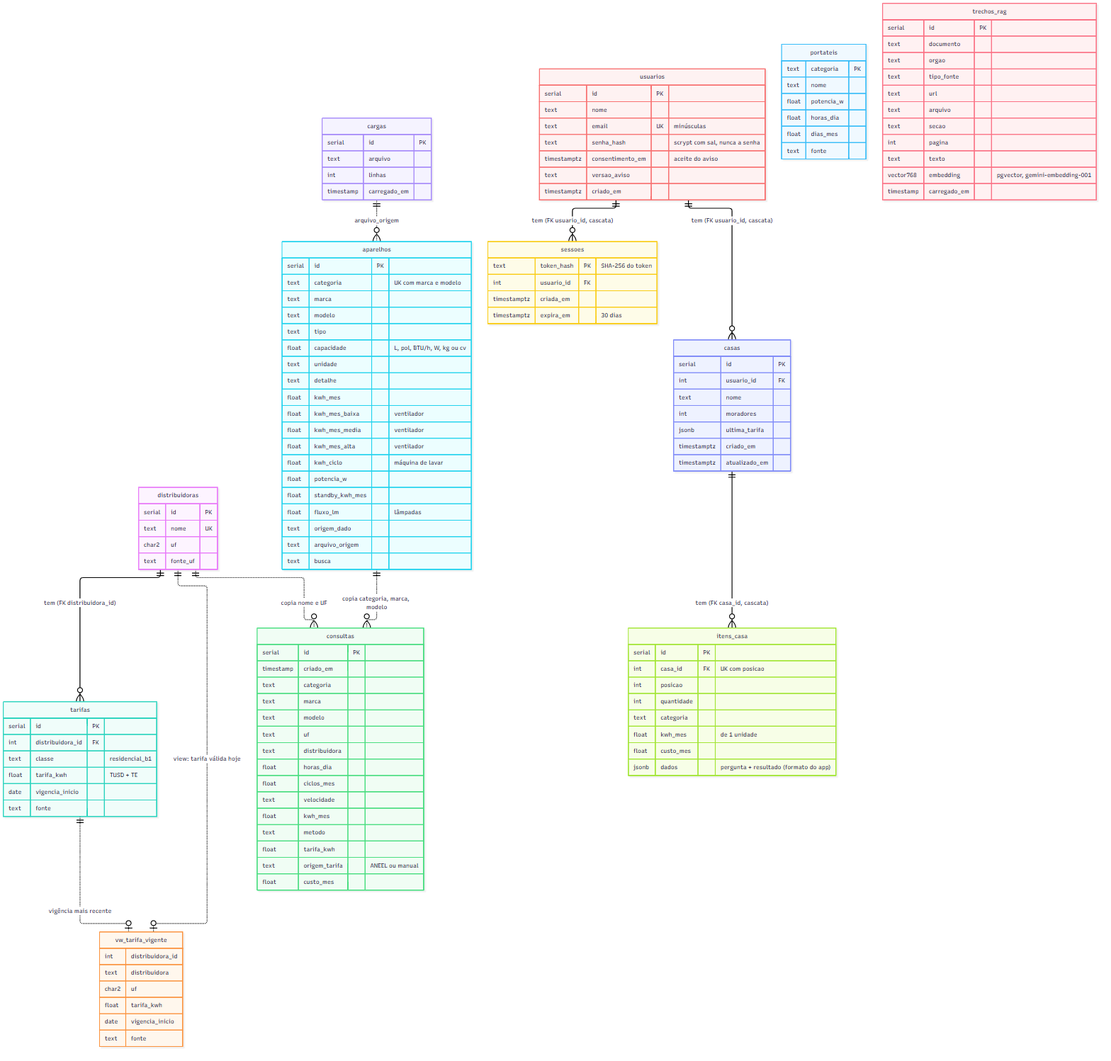
This is docs/der.png from BrunoStainski/ProjetoTCS-2026, a Mermaid export, as it was before one commit. Its source is kept beside it as docs/der.mmd. The source it was exported from:
```mermaid
erDiagram
    distribuidoras ||--o{ tarifas : "tem (FK distribuidora_id)"
    distribuidoras ||..o| vw_tarifa_vigente : "view: tarifa válida hoje"
    tarifas ||..o| vw_tarifa_vigente : "vigência mais recente"
    aparelhos ||..o{ consultas : "copia categoria, marca, modelo"
    distribuidoras ||..o{ consultas : "copia nome e UF"
    cargas ||..o{ aparelhos : "arquivo_origem"
    usuarios ||--o{ sessoes : "tem (FK usuario_id, cascata)"
    usuarios ||--o{ casas : "tem (FK usuario_id, cascata)"
    casas ||--o{ itens_casa : "tem (FK casa_id, cascata)"

    aparelhos {
        bigint id PK "fixo: hash do nome"
        text categoria "UK com marca, modelo e tensao"
        text marca
        text modelo
        text tipo
        float capacidade "L, pol, BTU/h, W, kg ou cv"
        text unidade
        text detalhe
        text tensao "127/220 só se o consumo muda; vazio = vale para as duas"
        float kwh_mes
        float kwh_mes_baixa "ventilador"
        float kwh_mes_media "ventilador"
        float kwh_mes_alta "ventilador"
        float kwh_ciclo "máquina de lavar"
        float potencia_w
        float standby_kwh_mes
        float fluxo_lm "lâmpadas"
        text origem_dado
        text arquivo_origem
        text busca
    }

    distribuidoras {
        serial id PK
        text nome UK
        char2 uf
        text fonte_uf
    }

    tarifas {
        serial id PK
        int distribuidora_id FK
        text classe "residencial_b1"
        float tarifa_kwh "TUSD + TE"
        date vigencia_inicio
        text fonte
    }

    vw_tarifa_vigente {
        int distribuidora_id
        text distribuidora
        char2 uf
        float tarifa_kwh
        date vigencia_inicio
        text fonte
    }

    cargas {
        serial id PK
        text arquivo
        int linhas
        timestamp carregado_em
    }

    consultas {
        serial id PK
        timestamp criado_em
        text categoria
        text marca
        text modelo
        text uf
        text distribuidora
        float horas_dia
        float ciclos_mes
        text velocidade
        float kwh_mes
        text metodo
        float tarifa_kwh
        text origem_tarifa "ANEEL ou manual"
        float custo_mes
        float dias_mes "ar-condicionado"
        text detalhe "separa 127 V e 220 V"
    }

    portateis {
        text categoria PK
        text nome
        float potencia_w
        float horas_dia
        float dias_mes
        text fonte
    }




    usuarios {
        serial id PK
        text nome
        text email UK "minúsculas"
        text senha_hash "scrypt com sal, nunca a senha"
        timestamptz consentimento_em "aceite do aviso"
        text versao_aviso
        timestamptz criado_em
    }

    sessoes {
        text token_hash PK "SHA-256 do token"
        int usuario_id FK
        timestamptz criada_em
        timestamptz expira_em "30 dias"
    }

    casas {
        serial id PK
        int usuario_id FK
        text nome
        int moradores
        jsonb ultima_tarifa
        timestamptz criado_em
        timestamptz atualizado_em
    }

    itens_casa {
        serial id PK
        int casa_id FK "UK com posicao"
        int posicao
        int quantidade
        text categoria
        float kwh_mes "de 1 unidade"
        float custo_mes
        jsonb dados "pergunta + resultado (formato do app)"
    }

    trechos_rag {
        serial id PK
        text documento
        text orgao
        text tipo_fonte
        text url
        text arquivo
        text secao
        int pagina
        text texto
        vector768 embedding "pgvector, gemini-embedding-001"
        timestamp carregado_em
    }
```
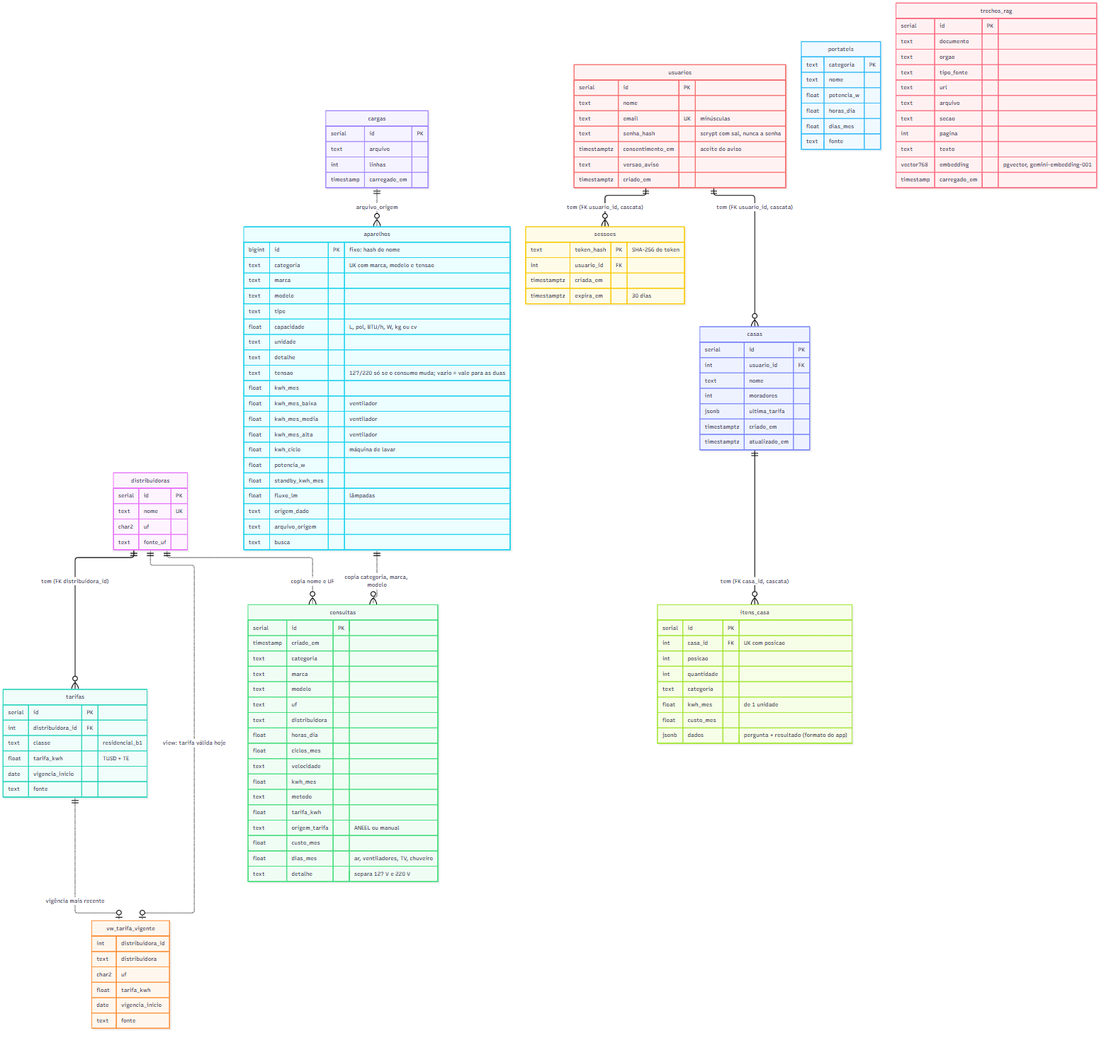
After the commit.

Commit message:
Gera de novo o DER com a coluna tensao e os dias de uso

Diff of the diagram source:
```diff
@@ -80,7 +80,7 @@
         float tarifa_kwh
         text origem_tarifa "ANEEL ou manual"
         float custo_mes
-        float dias_mes "ar-condicionado"
+        float dias_mes "ar, ventiladores, TV, chuveiro"
         text detalhe "separa 127 V e 220 V"
     }
 
```
